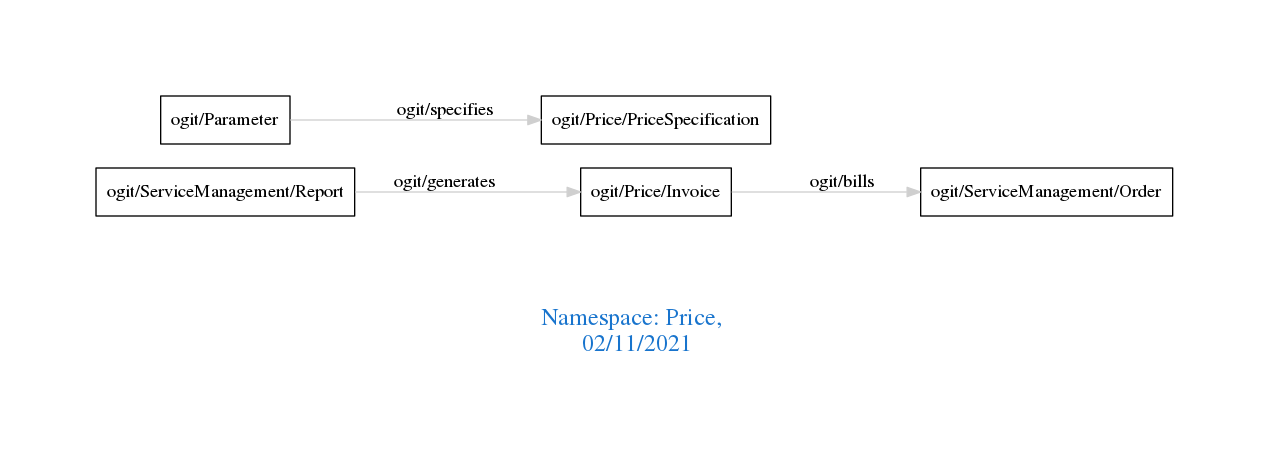
Before: downloads/Price.png, a diagram exported from Graphviz (arago/OGIT). Its source is kept beside it as downloads/Price.dot.
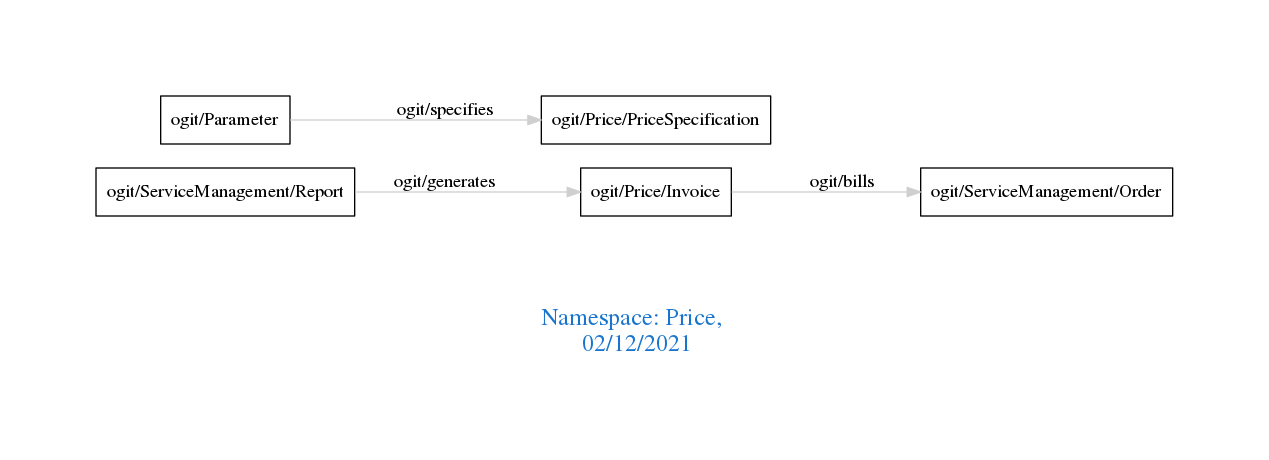
Later version of the same file.

What changed in the source:
```diff
@@ -1,7 +1,7 @@
 digraph OGIT_ontology {
  graph [ rankdir= LR,pad=1
 fontsize = 18,
-fontcolor= dodgerblue3,label = "\n\n\nNamespace: Price, \n 02/11/2021"];
+fontcolor= dodgerblue3,label = "\n\n\nNamespace: Price, \n 02/12/2021"];
 node[shape=polygon];
 edge [  color="gray81"];
 
```
